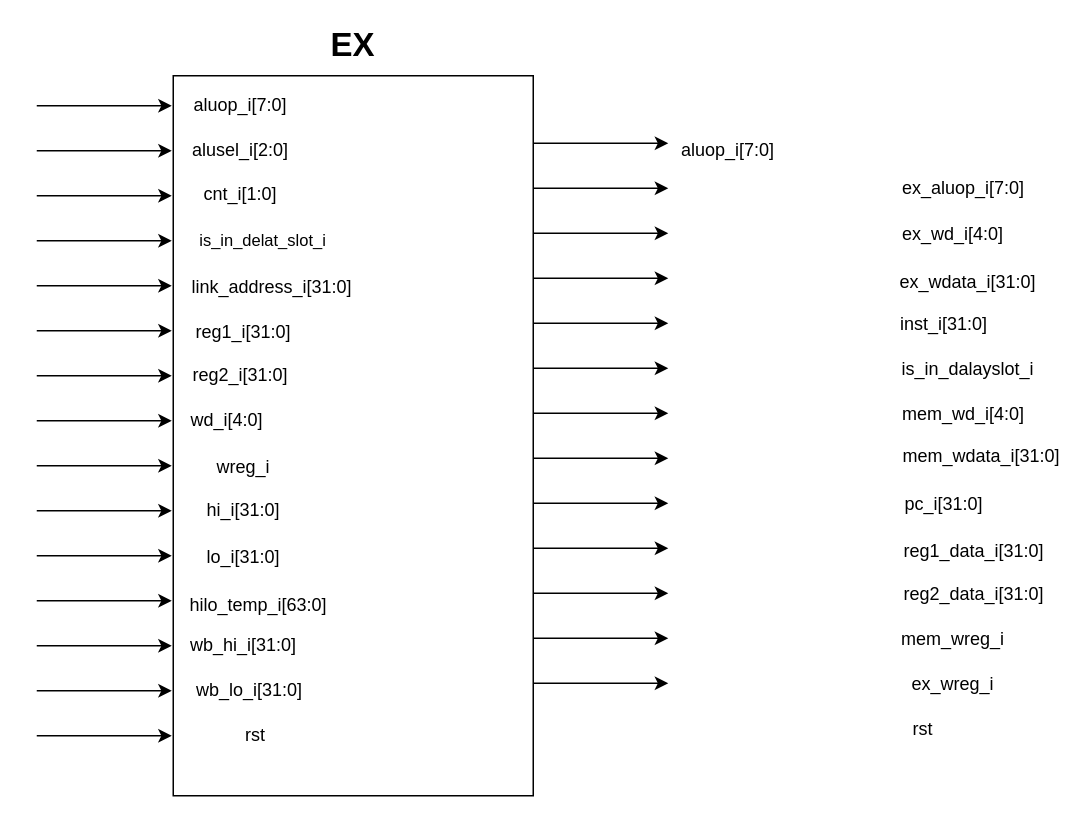
dawnyoake/Cnblogs-Theme-SimpleMemory keeps this draw.io diagram as EX.drawio. Above is the earlier version. Source tidied: cells renumbered, new cells numbered last; positions are measured from the earlier drawing's top-left corner, leaving out a move shared by most shapes. Both pictures are drawn from the tidied source at 150%, with x=0, y=0 at pixel (36, 30).
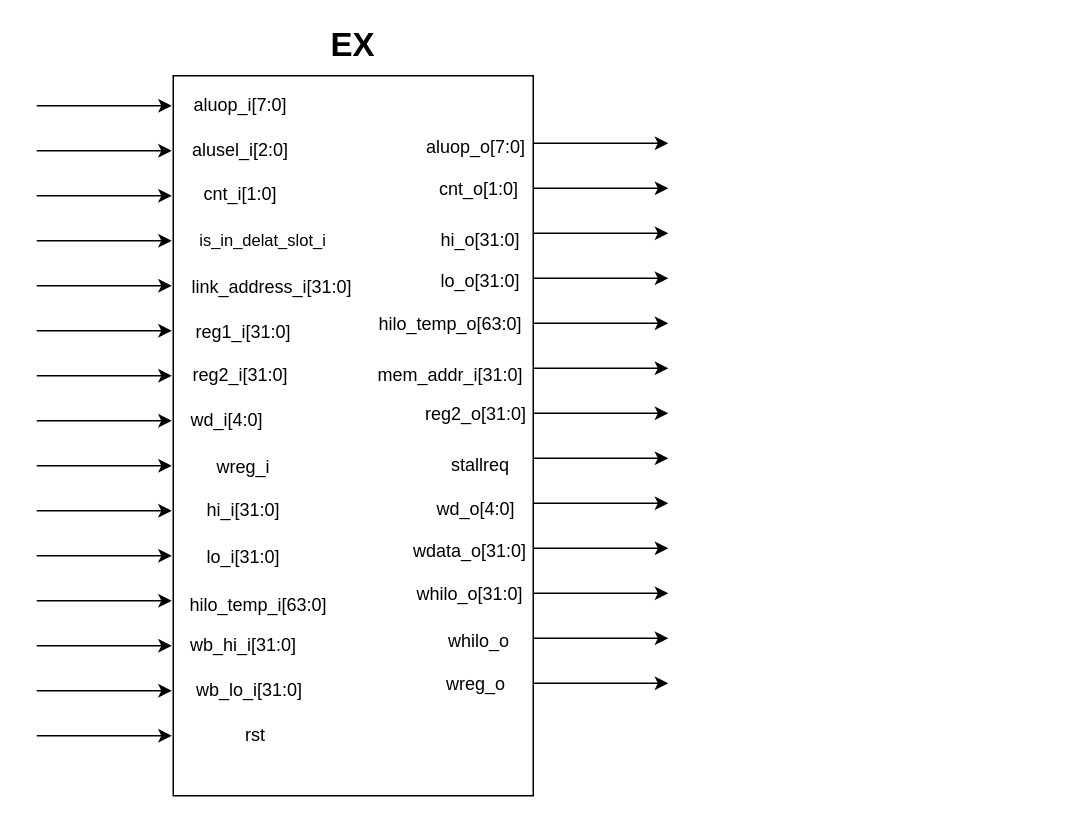
Above is the later version.

Change to the diagram source:
```diff
@@
-    <mxCell id="32" value="ex_aluop_i[7:0]" style="text;html=1;strokeColor=none;fillColor=none;align=center;verticalAlign=middle;whiteSpace=wrap;rounded=0;" parent="1" vertex="1">
-      <mxGeometry x="598" y="94.5" width="40" height="20" as="geometry" />
-    </mxCell>
-    <mxCell id="33" value="ex_wd_i[4:0]" style="text;html=1;strokeColor=none;fillColor=none;align=center;verticalAlign=middle;whiteSpace=wrap;rounded=0;" parent="1" vertex="1">
-      <mxGeometry x="591" y="125.5" width="40" height="20" as="geometry" />
-    </mxCell>
-    <mxCell id="34" value="ex_wdata_i[31:0]" style="text;html=1;strokeColor=none;fillColor=none;align=center;verticalAlign=middle;whiteSpace=wrap;rounded=0;" parent="1" vertex="1">
-      <mxGeometry x="601" y="157.5" width="40" height="20" as="geometry" />
-    </mxCell>
-    <mxCell id="35" value="ex_wreg_i" style="text;html=1;strokeColor=none;fillColor=none;align=center;verticalAlign=middle;whiteSpace=wrap;rounded=0;" parent="1" vertex="1">
-      <mxGeometry x="591" y="425.5" width="40" height="20" as="geometry" />
-    </mxCell>
-    <mxCell id="36" value="rst" style="text;html=1;strokeColor=none;fillColor=none;align=center;verticalAlign=middle;whiteSpace=wrap;rounded=0;" parent="1" vertex="1">
-      <mxGeometry x="571" y="455.5" width="40" height="20" as="geometry" />
-    </mxCell>
-    <mxCell id="37" value="mem_wreg_i" style="text;html=1;strokeColor=none;fillColor=none;align=center;verticalAlign=middle;whiteSpace=wrap;rounded=0;" parent="1" vertex="1">
-      <mxGeometry x="591" y="395.5" width="40" height="20" as="geometry" />
-    </mxCell>
-    <mxCell id="38" value="inst_i[31:0]" style="text;html=1;strokeColor=none;fillColor=none;align=center;verticalAlign=middle;whiteSpace=wrap;rounded=0;" parent="1" vertex="1">
-      <mxGeometry x="585" y="185.5" width="40" height="20" as="geometry" />
-    </mxCell>
-    <mxCell id="39" value="is_in_dalayslot_i" style="text;html=1;strokeColor=none;fillColor=none;align=center;verticalAlign=middle;whiteSpace=wrap;rounded=0;" parent="1" vertex="1">
-      <mxGeometry x="601" y="215.5" width="40" height="20" as="geometry" />
-    </mxCell>
-    <mxCell id="40" value="mem_wd_i[4:0]" style="text;html=1;strokeColor=none;fillColor=none;align=center;verticalAlign=middle;whiteSpace=wrap;rounded=0;" parent="1" vertex="1">
-      <mxGeometry x="598" y="245.5" width="40" height="20" as="geometry" />
-    </mxCell>
-    <mxCell id="41" value="mem_wdata_i[31:0]" style="text;html=1;strokeColor=none;fillColor=none;align=center;verticalAlign=middle;whiteSpace=wrap;rounded=0;" parent="1" vertex="1">
-      <mxGeometry x="610" y="273.5" width="40" height="20" as="geometry" />
-    </mxCell>
-    <mxCell id="42" value="pc_i[31:0]" style="text;html=1;strokeColor=none;fillColor=none;align=center;verticalAlign=middle;whiteSpace=wrap;rounded=0;" parent="1" vertex="1">
-      <mxGeometry x="585" y="305.5" width="40" height="20" as="geometry" />
-    </mxCell>
-    <mxCell id="43" value="reg1_data_i[31:0]" style="text;html=1;strokeColor=none;fillColor=none;align=center;verticalAlign=middle;whiteSpace=wrap;rounded=0;" parent="1" vertex="1">
-      <mxGeometry x="605" y="336.5" width="40" height="20" as="geometry" />
-    </mxCell>
-    <mxCell id="44" value="reg2_data_i[31:0]" style="text;html=1;strokeColor=none;fillColor=none;align=center;verticalAlign=middle;whiteSpace=wrap;rounded=0;" parent="1" vertex="1">
-      <mxGeometry x="605" y="365.5" width="40" height="20" as="geometry" />
-    </mxCell>
@@
-    <mxCell id="60" value="aluop_i[7:0]" style="text;html=1;strokeColor=none;fillColor=none;align=center;verticalAlign=middle;whiteSpace=wrap;rounded=0;" parent="1" vertex="1">
-      <mxGeometry x="441" y="70" width="40" height="20" as="geometry" />
+    <mxCell id="60" value="aluop_o[7:0]" style="text;html=1;strokeColor=none;fillColor=none;align=center;verticalAlign=middle;whiteSpace=wrap;rounded=0;" parent="1" vertex="1">
+      <mxGeometry x="273" y="68" width="40" height="20" as="geometry" />
     </mxCell>
+    <mxCell id="61" value="cnt_o[1:0]" style="text;html=1;strokeColor=none;fillColor=none;align=center;verticalAlign=middle;whiteSpace=wrap;rounded=0;" parent="1" vertex="1">
+      <mxGeometry x="275" y="96" width="40" height="20" as="geometry" />
+    </mxCell>
+    <mxCell id="62" value="hi_o[31:0]" style="text;html=1;strokeColor=none;fillColor=none;align=center;verticalAlign=middle;whiteSpace=wrap;rounded=0;" parent="1" vertex="1">
+      <mxGeometry x="276" y="130" width="40" height="20" as="geometry" />
+    </mxCell>
+    <mxCell id="63" style="edgeStyle=orthogonalEdgeStyle;rounded=0;orthogonalLoop=1;jettySize=auto;html=1;exitX=0.5;exitY=1;exitDx=0;exitDy=0;" parent="1" edge="1" source="62" target="62">
+      <mxGeometry relative="1" as="geometry" />
+    </mxCell>
+    <mxCell id="64" value="lo_o[31:0]" style="text;html=1;strokeColor=none;fillColor=none;align=center;verticalAlign=middle;whiteSpace=wrap;rounded=0;" parent="1" vertex="1">
+      <mxGeometry x="276" y="157" width="40" height="20" as="geometry" />
+    </mxCell>
+    <mxCell id="65" style="edgeStyle=orthogonalEdgeStyle;rounded=0;orthogonalLoop=1;jettySize=auto;html=1;exitX=0.5;exitY=1;exitDx=0;exitDy=0;" parent="1" edge="1" source="64" target="64">
+      <mxGeometry relative="1" as="geometry" />
+    </mxCell>
+    <mxCell id="66" value="hilo_temp_o[63:0]" style="text;html=1;strokeColor=none;fillColor=none;align=center;verticalAlign=middle;whiteSpace=wrap;rounded=0;" parent="1" vertex="1">
+      <mxGeometry x="256" y="185.5" width="40" height="20" as="geometry" />
+    </mxCell>
+    <mxCell id="67" style="edgeStyle=orthogonalEdgeStyle;rounded=0;orthogonalLoop=1;jettySize=auto;html=1;exitX=0.5;exitY=1;exitDx=0;exitDy=0;" parent="1" edge="1" source="66" target="66">
+      <mxGeometry relative="1" as="geometry" />
+    </mxCell>
+    <mxCell id="68" value="mem_addr_i[31:0]" style="text;html=1;strokeColor=none;fillColor=none;align=center;verticalAlign=middle;whiteSpace=wrap;rounded=0;" parent="1" vertex="1">
+      <mxGeometry x="256" y="220" width="40" height="20" as="geometry" />
+    </mxCell>
+    <mxCell id="69" style="edgeStyle=orthogonalEdgeStyle;rounded=0;orthogonalLoop=1;jettySize=auto;html=1;exitX=0.5;exitY=1;exitDx=0;exitDy=0;" parent="1" edge="1" source="68" target="68">
+      <mxGeometry relative="1" as="geometry" />
+    </mxCell>
+    <mxCell id="70" value="reg2_o[31:0]" style="text;html=1;strokeColor=none;fillColor=none;align=center;verticalAlign=middle;whiteSpace=wrap;rounded=0;" parent="1" vertex="1">
+      <mxGeometry x="273" y="245.5" width="40" height="20" as="geometry" />
+    </mxCell>
+    <mxCell id="71" style="edgeStyle=orthogonalEdgeStyle;rounded=0;orthogonalLoop=1;jettySize=auto;html=1;exitX=0.5;exitY=1;exitDx=0;exitDy=0;" parent="1" edge="1" source="70" target="70">
+      <mxGeometry relative="1" as="geometry" />
+    </mxCell>
+    <mxCell id="72" value="stallreq" style="text;html=1;strokeColor=none;fillColor=none;align=center;verticalAlign=middle;whiteSpace=wrap;rounded=0;" parent="1" vertex="1">
+      <mxGeometry x="276" y="280" width="40" height="20" as="geometry" />
+    </mxCell>
+    <mxCell id="73" style="edgeStyle=orthogonalEdgeStyle;rounded=0;orthogonalLoop=1;jettySize=auto;html=1;exitX=0.5;exitY=1;exitDx=0;exitDy=0;" parent="1" edge="1" source="72" target="72">
+      <mxGeometry relative="1" as="geometry" />
+    </mxCell>
+    <mxCell id="74" value="wd_o[4:0]" style="text;html=1;strokeColor=none;fillColor=none;align=center;verticalAlign=middle;whiteSpace=wrap;rounded=0;" parent="1" vertex="1">
+      <mxGeometry x="273" y="309" width="40" height="20" as="geometry" />
+    </mxCell>
+    <mxCell id="75" style="edgeStyle=orthogonalEdgeStyle;rounded=0;orthogonalLoop=1;jettySize=auto;html=1;exitX=0.5;exitY=1;exitDx=0;exitDy=0;" parent="1" edge="1" source="74" target="74">
+      <mxGeometry relative="1" as="geometry" />
+    </mxCell>
+    <mxCell id="76" value="wdata_o[31:0]" style="text;html=1;strokeColor=none;fillColor=none;align=center;verticalAlign=middle;whiteSpace=wrap;rounded=0;" parent="1" vertex="1">
+      <mxGeometry x="269" y="336.5" width="40" height="20" as="geometry" />
+    </mxCell>
+    <mxCell id="77" value="whilo_o[31:0]" style="text;html=1;strokeColor=none;fillColor=none;align=center;verticalAlign=middle;whiteSpace=wrap;rounded=0;" parent="1" vertex="1">
+      <mxGeometry x="269" y="365.5" width="40" height="20" as="geometry" />
+    </mxCell>
+    <mxCell id="78" value="whilo_o" style="text;html=1;strokeColor=none;fillColor=none;align=center;verticalAlign=middle;whiteSpace=wrap;rounded=0;" parent="1" vertex="1">
+      <mxGeometry x="275" y="397" width="40" height="20" as="geometry" />
+    </mxCell>
+    <mxCell id="79" value="wreg_o" style="text;html=1;strokeColor=none;fillColor=none;align=center;verticalAlign=middle;whiteSpace=wrap;rounded=0;" parent="1" vertex="1">
+      <mxGeometry x="273" y="425.5" width="40" height="20" as="geometry" />
+    </mxCell>
```
